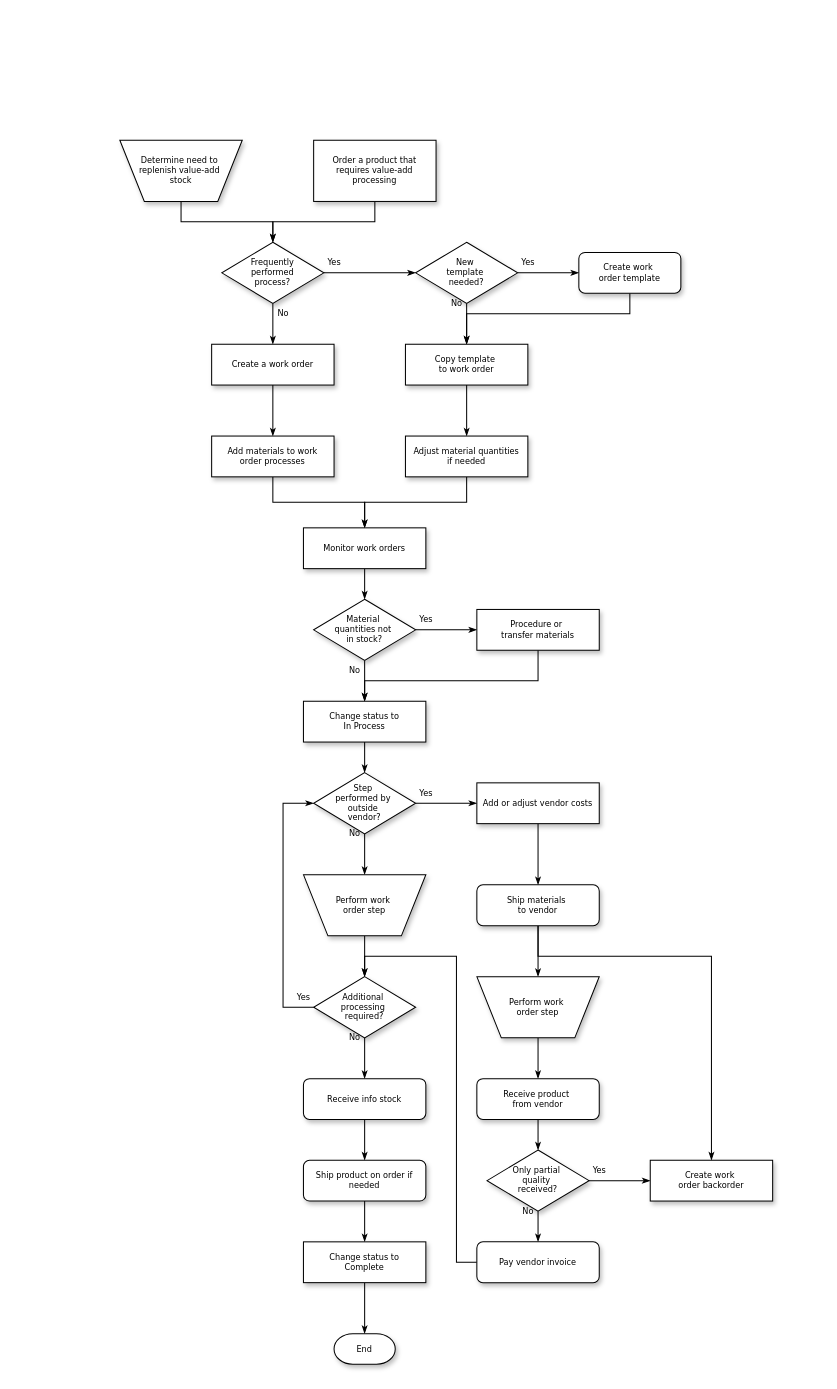
Before: Untitled Diagram.drawio in jbvdalton/Tibber_DR, a draw.io diagram. Source tidied: cells renumbered, new cells numbered last; positions are measured from the earlier drawing's top-left corner, leaving out a move shared by most shapes. Both pictures are drawn from the tidied source at 102%, with x=0, y=0 at pixel (119, 140).
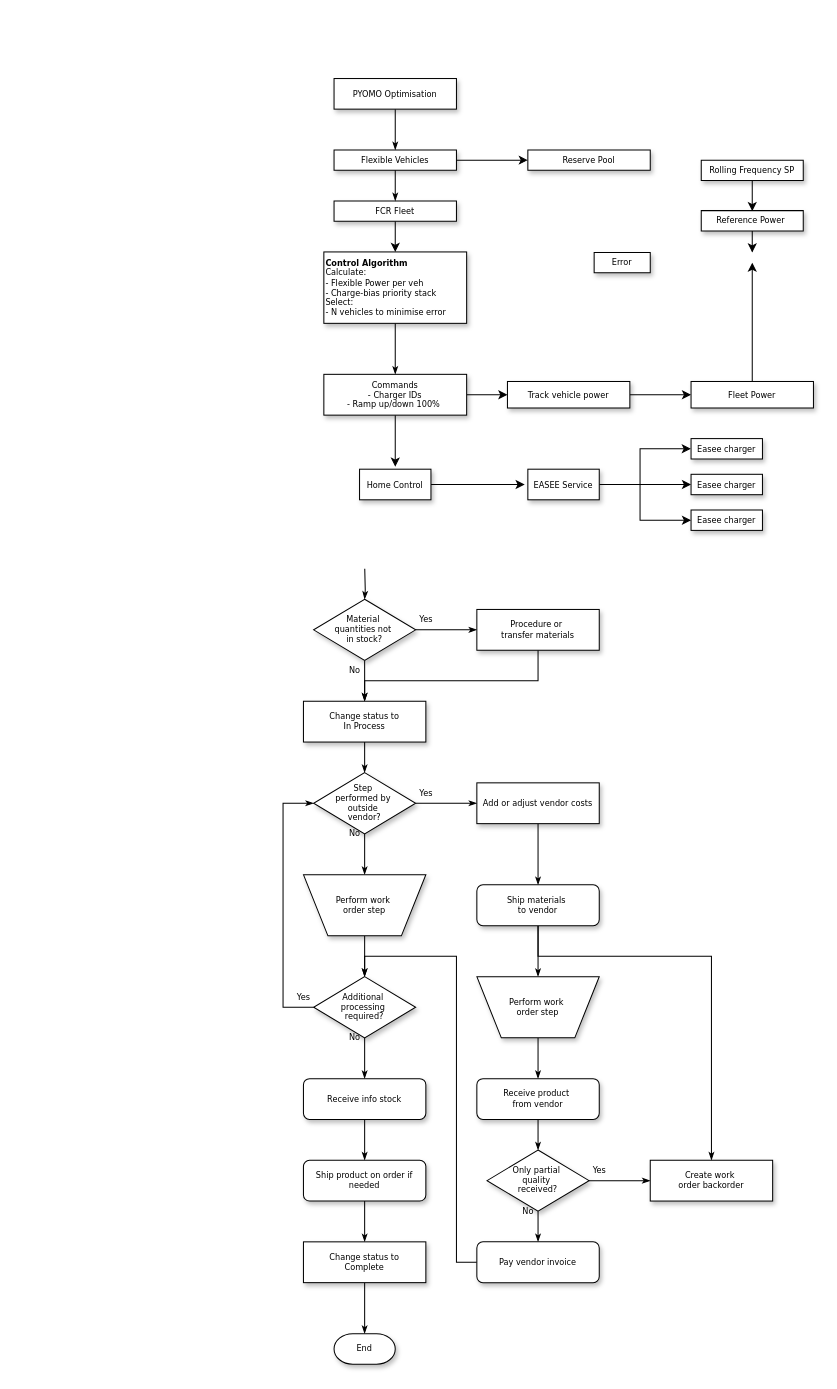
After the change.

The change refers to these unchanged cells:
```xml
<mxCell id="26" value="Material&amp;nbsp;&lt;div&gt;quantities not&amp;nbsp;&lt;/div&gt;&lt;div&gt;in stock?&lt;/div&gt;" style="rhombus;whiteSpace=wrap;html=1;rounded=0;shadow=1;labelBackgroundColor=none;strokeColor=#000000;strokeWidth=1;fillColor=#ffffff;fontFamily=Verdana;fontSize=8;fontColor=#000000;align=center;" parent="1" vertex="1">
  <mxGeometry x="190" y="450" width="100" height="60" as="geometry" />
</mxCell>
```

The edit, as a diff of the source:
```diff
@@
-    <mxCell id="2" style="edgeStyle=orthogonalEdgeStyle;rounded=0;html=1;labelBackgroundColor=none;startSize=5;endArrow=classicThin;endFill=1;endSize=5;jettySize=auto;strokeColor=#000000;strokeWidth=1;fontFamily=Verdana;fontSize=8;fontColor=#000000;" parent="1" edge="1" source="3" target="8">
-      <mxGeometry relative="1" as="geometry" />
-    </mxCell>
-    <mxCell id="3" value="Determine need to&amp;nbsp;&lt;div&gt;replenish value-add&amp;nbsp;&lt;/div&gt;&lt;div&gt;stock&lt;/div&gt;" style="shape=trapezoid;whiteSpace=wrap;html=1;rounded=0;shadow=1;labelBackgroundColor=none;strokeColor=#000000;strokeWidth=1;fillColor=#ffffff;fontFamily=Verdana;fontSize=8;fontColor=#000000;align=center;flipV=1;" parent="1" vertex="1">
-      <mxGeometry width="120" height="60" as="geometry" />
+    <mxCell id="3" value="Reserve Pool" style="shape=trapezoid;whiteSpace=wrap;html=1;rounded=0;shadow=1;labelBackgroundColor=none;strokeColor=#000000;strokeWidth=1;fillColor=#ffffff;fontFamily=Verdana;fontSize=8;fontColor=#000000;align=center;flipV=1;size=0;" parent="1" vertex="1">
+      <mxGeometry x="400" y="9.5" width="120" height="20" as="geometry" />
     </mxCell>
-    <mxCell id="4" style="edgeStyle=orthogonalEdgeStyle;rounded=0;html=1;labelBackgroundColor=none;startSize=5;endArrow=classicThin;endFill=1;endSize=5;jettySize=auto;strokeColor=#000000;strokeWidth=1;fontFamily=Verdana;fontSize=8;fontColor=#000000;" parent="1" edge="1" source="5" target="8">
-      <mxGeometry relative="1" as="geometry" />
+    <mxCell id="4" style="edgeStyle=orthogonalEdgeStyle;rounded=0;html=1;labelBackgroundColor=none;startSize=5;endArrow=classicThin;endFill=1;endSize=5;jettySize=auto;strokeColor=#000000;strokeWidth=1;fontFamily=Verdana;fontSize=8;fontColor=#000000;exitX=0.5;exitY=1;exitDx=0;exitDy=0;" parent="1" edge="1" source="5">
+      <mxGeometry relative="1" as="geometry">
+        <mxPoint x="270" y="9.5" as="targetPoint" />
+        <Array as="points">
+          <mxPoint x="270" y="9.5" />
+          <mxPoint x="270" y="9.5" />
+        </Array>
+      </mxGeometry>
     </mxCell>
-    <mxCell id="5" value="Order a product that&lt;div&gt;requires value-add processing&lt;/div&gt;" style="rounded=0;whiteSpace=wrap;html=1;shadow=1;labelBackgroundColor=none;strokeColor=#000000;strokeWidth=1;fillColor=#ffffff;fontFamily=Verdana;fontSize=8;fontColor=#000000;align=center;" parent="1" vertex="1">
-      <mxGeometry x="190" width="120" height="60" as="geometry" />
+    <mxCell id="5" value="PYOMO Optimisation" style="rounded=0;whiteSpace=wrap;html=1;shadow=1;labelBackgroundColor=none;strokeColor=#000000;strokeWidth=1;fillColor=#ffffff;fontFamily=Verdana;fontSize=8;fontColor=#000000;align=center;" parent="1" vertex="1">
+      <mxGeometry x="210" y="-60.5" width="120" height="30" as="geometry" />
     </mxCell>
-    <mxCell id="6" value="Yes" style="edgeStyle=orthogonalEdgeStyle;rounded=0;html=1;labelBackgroundColor=none;startSize=5;endArrow=classicThin;endFill=1;endSize=5;jettySize=auto;strokeColor=#000000;strokeWidth=1;fontFamily=Verdana;fontSize=8;fontColor=#000000;" parent="1" edge="1" source="8" target="11">
-      <mxGeometry x="-0.78" y="10" relative="1" as="geometry" />
-    </mxCell>
-    <mxCell id="7" value="No" style="edgeStyle=orthogonalEdgeStyle;rounded=0;html=1;labelBackgroundColor=none;startSize=5;endArrow=classicThin;endFill=1;endSize=5;jettySize=auto;strokeColor=#000000;strokeWidth=1;fontFamily=Verdana;fontSize=8;fontColor=#000000;" parent="1" edge="1" source="8" target="15">
-      <mxGeometry x="-0.5" y="10" relative="1" as="geometry" />
-    </mxCell>
-    <mxCell id="8" value="Frequently&lt;div&gt;performed&lt;/div&gt;&lt;div&gt;process?&lt;/div&gt;" style="rhombus;whiteSpace=wrap;html=1;rounded=0;shadow=1;labelBackgroundColor=none;strokeColor=#000000;strokeWidth=1;fillColor=#ffffff;fontFamily=Verdana;fontSize=8;fontColor=#000000;align=center;" parent="1" vertex="1">
-      <mxGeometry x="100" y="100" width="100" height="60" as="geometry" />
-    </mxCell>
-    <mxCell id="9" value="Yes" style="edgeStyle=orthogonalEdgeStyle;rounded=0;html=1;labelBackgroundColor=none;startSize=5;endArrow=classicThin;endFill=1;endSize=5;jettySize=auto;strokeColor=#000000;strokeWidth=1;fontFamily=Verdana;fontSize=8;fontColor=#000000;" parent="1" edge="1" source="11" target="13">
-      <mxGeometry x="-0.67" y="10" relative="1" as="geometry" />
-    </mxCell>
-    <mxCell id="10" value="No" style="edgeStyle=orthogonalEdgeStyle;rounded=0;html=1;labelBackgroundColor=none;startSize=5;endArrow=classicThin;endFill=1;endSize=5;jettySize=auto;strokeColor=#000000;strokeWidth=1;fontFamily=Verdana;fontSize=8;fontColor=#000000;" parent="1" edge="1" source="11" target="17">
-      <mxGeometry x="-1" y="-10" relative="1" as="geometry" />
-    </mxCell>
-    <mxCell id="11" value="New&amp;nbsp;&lt;div&gt;template&amp;nbsp;&lt;/div&gt;&lt;div&gt;needed?&lt;/div&gt;" style="rhombus;whiteSpace=wrap;html=1;rounded=0;shadow=1;labelBackgroundColor=none;strokeColor=#000000;strokeWidth=1;fillColor=#ffffff;fontFamily=Verdana;fontSize=8;fontColor=#000000;align=center;" parent="1" vertex="1">
-      <mxGeometry x="290" y="100" width="100" height="60" as="geometry" />
-    </mxCell>
-    <mxCell id="12" style="edgeStyle=orthogonalEdgeStyle;rounded=0;html=1;labelBackgroundColor=none;startSize=5;endArrow=classicThin;endFill=1;endSize=5;jettySize=auto;strokeColor=#000000;strokeWidth=1;fontFamily=Verdana;fontSize=8;fontColor=#000000;" parent="1" edge="1" source="13" target="17">
-      <mxGeometry relative="1" as="geometry">
-        <Array as="points">
-          <mxPoint x="500" y="170" />
-          <mxPoint x="340" y="170" />
-        </Array>
-      </mxGeometry>
-    </mxCell>
-    <mxCell id="13" value="Create work&amp;nbsp;&lt;div&gt;order template&lt;/div&gt;" style="rounded=1;whiteSpace=wrap;html=1;shadow=1;labelBackgroundColor=none;strokeColor=#000000;strokeWidth=1;fillColor=#ffffff;fontFamily=Verdana;fontSize=8;fontColor=#000000;align=center;" parent="1" vertex="1">
-      <mxGeometry x="450" y="110" width="100" height="40" as="geometry" />
-    </mxCell>
@@
-    <mxCell id="15" value="Create a work order" style="whiteSpace=wrap;html=1;rounded=0;shadow=1;labelBackgroundColor=none;strokeColor=#000000;strokeWidth=1;fillColor=#ffffff;fontFamily=Verdana;fontSize=8;fontColor=#000000;align=center;" parent="1" vertex="1">
-      <mxGeometry x="90" y="200" width="120" height="40" as="geometry" />
+    <mxCell id="15" value="&lt;b&gt;Control Algorithm&lt;/b&gt;&lt;br&gt;Calculate:&amp;nbsp;&lt;br&gt;&lt;div style=&quot;font-weight: bold&quot;&gt;&lt;span style=&quot;font-weight: normal&quot;&gt;- Flexible Power per veh&lt;/span&gt;&lt;/div&gt;&lt;div&gt;&lt;span&gt;- Charge-bias priority stack&lt;/span&gt;&lt;/div&gt;&lt;div&gt;&lt;span&gt;Select:&amp;nbsp;&lt;/span&gt;&lt;/div&gt;&lt;div&gt;&lt;span&gt;- N vehicles to minimise error&amp;nbsp;&lt;/span&gt;&lt;/div&gt;" style="whiteSpace=wrap;html=1;rounded=0;shadow=1;labelBackgroundColor=none;strokeColor=#000000;strokeWidth=1;fillColor=#ffffff;fontFamily=Verdana;fontSize=8;fontColor=#000000;align=left;" parent="1" vertex="1">
+      <mxGeometry x="200" y="109.5" width="140" height="70" as="geometry" />
     </mxCell>
-    <mxCell id="16" style="edgeStyle=orthogonalEdgeStyle;rounded=0;html=1;labelBackgroundColor=none;startSize=5;endArrow=classicThin;endFill=1;endSize=5;jettySize=auto;strokeColor=#000000;strokeWidth=1;fontFamily=Verdana;fontSize=8;fontColor=#000000;" parent="1" edge="1" source="17" target="21">
-      <mxGeometry relative="1" as="geometry" />
-    </mxCell>
+    <mxCell id="61" style="edgeStyle=orthogonalEdgeStyle;rounded=0;jettySize=auto;html=1;exitX=1;exitY=0.5;exitDx=0;exitDy=0;entryX=-0.044;entryY=0.502;entryDx=0;entryDy=0;entryPerimeter=0;" parent="1" edge="1" source="17" target="72">
+      <mxGeometry relative="1" as="geometry" />
+    </mxCell>
-    <mxCell id="17" value="Copy template&amp;nbsp;&lt;div&gt;to work order&lt;/div&gt;" style="whiteSpace=wrap;html=1;rounded=0;shadow=1;labelBackgroundColor=none;strokeColor=#000000;strokeWidth=1;fillColor=#ffffff;fontFamily=Verdana;fontSize=8;fontColor=#000000;align=center;" parent="1" vertex="1">
-      <mxGeometry x="280" y="200" width="120" height="40" as="geometry" />
+    <mxCell id="17" value="Home Control" style="whiteSpace=wrap;html=1;rounded=0;shadow=1;labelBackgroundColor=none;strokeColor=#000000;strokeWidth=1;fillColor=#ffffff;fontFamily=Verdana;fontSize=8;fontColor=#000000;align=center;" parent="1" vertex="1">
+      <mxGeometry x="235" y="322.5" width="70" height="30" as="geometry" />
     </mxCell>
-    <mxCell id="18" style="edgeStyle=orthogonalEdgeStyle;rounded=0;html=1;labelBackgroundColor=none;startSize=5;endArrow=classicThin;endFill=1;endSize=5;jettySize=auto;strokeColor=#000000;strokeWidth=1;fontFamily=Verdana;fontSize=8;fontColor=#000000;" parent="1" edge="1" source="19" target="23">
-      <mxGeometry relative="1" as="geometry" />
-    </mxCell>
+    <mxCell id="62" style="edgeStyle=orthogonalEdgeStyle;rounded=0;jettySize=auto;html=1;" parent="1" edge="1" source="19">
+      <mxGeometry relative="1" as="geometry">
+        <mxPoint x="270" y="320" as="targetPoint" />
+      </mxGeometry>
+    </mxCell>
+    <mxCell id="63" style="edgeStyle=orthogonalEdgeStyle;rounded=0;jettySize=auto;html=1;exitX=1;exitY=0.5;exitDx=0;exitDy=0;" parent="1" edge="1" source="19">
+      <mxGeometry relative="1" as="geometry">
+        <mxPoint x="380" y="249.5" as="targetPoint" />
+      </mxGeometry>
+    </mxCell>
-    <mxCell id="19" value="Add materials to work order processes" style="whiteSpace=wrap;html=1;rounded=0;shadow=1;labelBackgroundColor=none;strokeColor=#000000;strokeWidth=1;fillColor=#ffffff;fontFamily=Verdana;fontSize=8;fontColor=#000000;align=center;spacing=6;" parent="1" vertex="1">
-      <mxGeometry x="90" y="290" width="120" height="40" as="geometry" />
+    <mxCell id="19" value="Commands&lt;br&gt;- Charger IDs&lt;br&gt;- Ramp up/down 100%&amp;nbsp;&lt;br&gt;" style="whiteSpace=wrap;html=1;rounded=0;shadow=1;labelBackgroundColor=none;strokeColor=#000000;strokeWidth=1;fillColor=#ffffff;fontFamily=Verdana;fontSize=8;fontColor=#000000;align=center;spacing=6;" parent="1" vertex="1">
+      <mxGeometry x="200" y="229.5" width="140" height="40" as="geometry" />
     </mxCell>
-    <mxCell id="20" style="edgeStyle=orthogonalEdgeStyle;rounded=0;html=1;labelBackgroundColor=none;startSize=5;endArrow=classicThin;endFill=1;endSize=5;jettySize=auto;strokeColor=#000000;strokeWidth=1;fontFamily=Verdana;fontSize=8;fontColor=#000000;" parent="1" edge="1" source="21" target="23">
-      <mxGeometry relative="1" as="geometry" />
-    </mxCell>
-    <mxCell id="21" value="Adjust material quantities if needed" style="whiteSpace=wrap;html=1;rounded=0;shadow=1;labelBackgroundColor=none;strokeColor=#000000;strokeWidth=1;fillColor=#ffffff;fontFamily=Verdana;fontSize=8;fontColor=#000000;align=center;spacing=6;" parent="1" vertex="1">
-      <mxGeometry x="280" y="290" width="120" height="40" as="geometry" />
-    </mxCell>
-    <mxCell id="22" style="edgeStyle=orthogonalEdgeStyle;rounded=0;html=1;labelBackgroundColor=none;startSize=5;endArrow=classicThin;endFill=1;endSize=5;jettySize=auto;strokeColor=#000000;strokeWidth=1;fontFamily=Verdana;fontSize=8;fontColor=#000000;" parent="1" edge="1" source="23" target="26">
-      <mxGeometry relative="1" as="geometry" />
+    <mxCell id="22" style="edgeStyle=orthogonalEdgeStyle;rounded=0;html=1;labelBackgroundColor=none;startSize=5;endArrow=classicThin;endFill=1;endSize=5;jettySize=auto;strokeColor=#000000;strokeWidth=1;fontFamily=Verdana;fontSize=8;fontColor=#000000;" parent="1" edge="1" target="26">
+      <mxGeometry relative="1" as="geometry">
+        <mxPoint x="240.1" y="420" as="sourcePoint" />
+      </mxGeometry>
     </mxCell>
-    <mxCell id="23" value="Monitor work orders" style="whiteSpace=wrap;html=1;rounded=0;shadow=1;labelBackgroundColor=none;strokeColor=#000000;strokeWidth=1;fillColor=#ffffff;fontFamily=Verdana;fontSize=8;fontColor=#000000;align=center;" parent="1" vertex="1">
-      <mxGeometry x="180" y="380" width="120" height="40" as="geometry" />
-    </mxCell>
@@
+    <mxCell id="64" style="edgeStyle=orthogonalEdgeStyle;rounded=0;jettySize=auto;html=1;entryX=0;entryY=0.5;entryDx=0;entryDy=0;" parent="1" edge="1" source="65" target="3">
+      <mxGeometry relative="1" as="geometry" />
+    </mxCell>
+    <mxCell id="65" value="Flexible Vehicles" style="shape=trapezoid;whiteSpace=wrap;html=1;rounded=0;shadow=1;labelBackgroundColor=none;strokeColor=#000000;strokeWidth=1;fillColor=#ffffff;fontFamily=Verdana;fontSize=8;fontColor=#000000;align=center;flipV=1;size=0;" parent="1" vertex="1">
+      <mxGeometry x="210" y="9.5" width="120" height="20" as="geometry" />
+    </mxCell>
+    <mxCell id="66" style="edgeStyle=orthogonalEdgeStyle;rounded=0;jettySize=auto;html=1;entryX=0.5;entryY=0;entryDx=0;entryDy=0;" parent="1" edge="1" source="67" target="15">
+      <mxGeometry relative="1" as="geometry" />
+    </mxCell>
+    <mxCell id="67" value="FCR Fleet" style="shape=trapezoid;whiteSpace=wrap;html=1;rounded=0;shadow=1;labelBackgroundColor=none;strokeColor=#000000;strokeWidth=1;fillColor=#ffffff;fontFamily=Verdana;fontSize=8;fontColor=#000000;align=center;flipV=1;size=0;" parent="1" vertex="1">
+      <mxGeometry x="210" y="59.5" width="120" height="20" as="geometry" />
+    </mxCell>
+    <mxCell id="68" style="edgeStyle=orthogonalEdgeStyle;rounded=0;html=1;labelBackgroundColor=none;startSize=5;endArrow=classicThin;endFill=1;endSize=5;jettySize=auto;strokeColor=#000000;strokeWidth=1;fontFamily=Verdana;fontSize=8;fontColor=#000000;exitX=0.5;exitY=1;exitDx=0;exitDy=0;entryX=0.5;entryY=0;entryDx=0;entryDy=0;" parent="1" edge="1" source="65" target="67">
+      <mxGeometry relative="1" as="geometry" />
+    </mxCell>
+    <mxCell id="69" style="edgeStyle=orthogonalEdgeStyle;rounded=0;jettySize=auto;html=1;" parent="1" edge="1" source="70">
+      <mxGeometry relative="1" as="geometry">
+        <mxPoint x="560" y="249.5" as="targetPoint" />
+      </mxGeometry>
+    </mxCell>
+    <mxCell id="70" value="Track vehicle power" style="whiteSpace=wrap;html=1;rounded=0;shadow=1;labelBackgroundColor=none;strokeColor=#000000;strokeWidth=1;fillColor=#ffffff;fontFamily=Verdana;fontSize=8;fontColor=#000000;align=center;spacing=6;" parent="1" vertex="1">
+      <mxGeometry x="380" y="236.5" width="120" height="26" as="geometry" />
+    </mxCell>
+    <mxCell id="71" style="edgeStyle=orthogonalEdgeStyle;rounded=0;jettySize=auto;html=1;" parent="1" edge="1" source="72">
+      <mxGeometry relative="1" as="geometry">
+        <mxPoint x="560" y="337.5" as="targetPoint" />
+      </mxGeometry>
+    </mxCell>
+    <mxCell id="72" value="EASEE Service" style="whiteSpace=wrap;html=1;rounded=0;shadow=1;labelBackgroundColor=none;strokeColor=#000000;strokeWidth=1;fillColor=#ffffff;fontFamily=Verdana;fontSize=8;fontColor=#000000;align=center;" parent="1" vertex="1">
+      <mxGeometry x="400" y="322.5" width="70" height="30" as="geometry" />
+    </mxCell>
+    <mxCell id="73" style="edgeStyle=orthogonalEdgeStyle;rounded=0;orthogonalLoop=1;jettySize=auto;html=1;" parent="1" edge="1">
+      <mxGeometry relative="1" as="geometry">
+        <mxPoint x="510" y="337.5" as="sourcePoint" />
+        <mxPoint x="559.8" y="302.5" as="targetPoint" />
+        <Array as="points">
+          <mxPoint x="510" y="302.5" />
+          <mxPoint x="560" y="302.5" />
+        </Array>
+      </mxGeometry>
+    </mxCell>
+    <mxCell id="74" style="edgeStyle=orthogonalEdgeStyle;rounded=0;orthogonalLoop=1;jettySize=auto;html=1;" parent="1" edge="1">
+      <mxGeometry relative="1" as="geometry">
+        <mxPoint x="510" y="337.5" as="sourcePoint" />
+        <mxPoint x="560" y="372.5" as="targetPoint" />
+        <Array as="points">
+          <mxPoint x="510" y="372.5" />
+        </Array>
+      </mxGeometry>
+    </mxCell>
+    <mxCell id="75" style="ellipse;whiteSpace=wrap;html=1;" parent="1" vertex="1">
+      <mxGeometry x="-100" y="-120" as="geometry" />
+    </mxCell>
+    <mxCell id="76" value="Easee charger" style="whiteSpace=wrap;html=1;rounded=0;shadow=1;labelBackgroundColor=none;strokeColor=#000000;strokeWidth=1;fillColor=#ffffff;fontFamily=Verdana;fontSize=8;fontColor=#000000;align=center;" parent="1" vertex="1">
+      <mxGeometry x="560" y="292.5" width="70" height="20" as="geometry" />
+    </mxCell>
+    <mxCell id="77" value="Easee charger" style="whiteSpace=wrap;html=1;rounded=0;shadow=1;labelBackgroundColor=none;strokeColor=#000000;strokeWidth=1;fillColor=#ffffff;fontFamily=Verdana;fontSize=8;fontColor=#000000;align=center;" parent="1" vertex="1">
+      <mxGeometry x="560" y="327.5" width="70" height="20" as="geometry" />
+    </mxCell>
+    <mxCell id="78" value="Easee charger" style="whiteSpace=wrap;html=1;rounded=0;shadow=1;labelBackgroundColor=none;strokeColor=#000000;strokeWidth=1;fillColor=#ffffff;fontFamily=Verdana;fontSize=8;fontColor=#000000;align=center;" parent="1" vertex="1">
+      <mxGeometry x="560" y="362.5" width="70" height="20" as="geometry" />
+    </mxCell>
+    <mxCell id="79" style="edgeStyle=orthogonalEdgeStyle;rounded=0;jettySize=auto;html=1;" parent="1" edge="1" source="80">
+      <mxGeometry relative="1" as="geometry">
+        <mxPoint x="620" y="69.5" as="targetPoint" />
+        <Array as="points">
+          <mxPoint x="620" y="69.5" />
+        </Array>
+      </mxGeometry>
+    </mxCell>
+    <mxCell id="80" value="Rolling Frequency SP" style="shape=trapezoid;whiteSpace=wrap;html=1;rounded=0;shadow=1;labelBackgroundColor=none;strokeColor=#000000;strokeWidth=1;fillColor=#ffffff;fontFamily=Verdana;fontSize=8;fontColor=#000000;align=center;flipV=1;size=0;" parent="1" vertex="1">
+      <mxGeometry x="570" y="19.5" width="100" height="20" as="geometry" />
+    </mxCell>
+    <mxCell id="81" style="edgeStyle=orthogonalEdgeStyle;rounded=0;jettySize=auto;html=1;" parent="1" edge="1" source="82">
+      <mxGeometry relative="1" as="geometry">
+        <mxPoint x="620" y="110" as="targetPoint" />
+      </mxGeometry>
+    </mxCell>
+    <mxCell id="82" value="Reference Power&amp;nbsp;" style="shape=trapezoid;whiteSpace=wrap;html=1;rounded=0;shadow=1;labelBackgroundColor=none;strokeColor=#000000;strokeWidth=1;fillColor=#ffffff;fontFamily=Verdana;fontSize=8;fontColor=#000000;align=center;flipV=1;size=0;" parent="1" vertex="1">
+      <mxGeometry x="570" y="69" width="100" height="20" as="geometry" />
+    </mxCell>
+    <mxCell id="83" value="Error" style="shape=trapezoid;whiteSpace=wrap;html=1;rounded=0;shadow=1;labelBackgroundColor=none;strokeColor=#000000;strokeWidth=1;fillColor=#ffffff;fontFamily=Verdana;fontSize=8;fontColor=#000000;align=center;flipV=1;size=0;" parent="1" vertex="1">
+      <mxGeometry x="465" y="110" width="55" height="20" as="geometry" />
+    </mxCell>
+    <mxCell id="84" style="edgeStyle=orthogonalEdgeStyle;rounded=0;jettySize=auto;html=1;" parent="1" edge="1" source="85">
+      <mxGeometry relative="1" as="geometry">
+        <mxPoint x="620" y="120" as="targetPoint" />
+      </mxGeometry>
+    </mxCell>
+    <mxCell id="85" value="Fleet Power" style="whiteSpace=wrap;html=1;rounded=0;shadow=1;labelBackgroundColor=none;strokeColor=#000000;strokeWidth=1;fillColor=#ffffff;fontFamily=Verdana;fontSize=8;fontColor=#000000;align=center;spacing=6;" parent="1" vertex="1">
+      <mxGeometry x="560" y="236.5" width="120" height="26" as="geometry" />
+    </mxCell>
```
